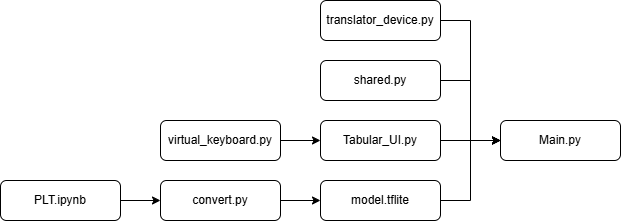
cpalencica/PortableLanguageTranslator keeps this draw.io diagram as sw/images/flow.png. Above is the earlier version. Source tidied: cells renumbered, new cells last; positions are measured from the earlier drawing's top-left corner, leaving out a move shared by most shapes. The source it was exported from:
```xml
<mxGraphModel>
  <root>
    <mxCell id="0" />
    <mxCell id="1" parent="0" />
    <mxCell id="2" style="edgeStyle=orthogonalEdgeStyle;rounded=0;jettySize=auto;html=1;entryX=0;entryY=0.5;entryDx=0;entryDy=0;" parent="1" edge="1" source="3" target="8">
      <mxGeometry relative="1" as="geometry" />
    </mxCell>
    <mxCell id="3" value="shared.py" style="rounded=1;whiteSpace=wrap;html=1;fontSize=12;glass=0;strokeWidth=1;shadow=0;" parent="1" vertex="1">
      <mxGeometry x="320" y="60" width="120" height="40" as="geometry" />
    </mxCell>
    <mxCell id="4" style="edgeStyle=orthogonalEdgeStyle;rounded=0;jettySize=auto;html=1;exitX=1;exitY=0.5;exitDx=0;exitDy=0;entryX=0;entryY=0.5;entryDx=0;entryDy=0;" parent="1" edge="1" source="5" target="8">
      <mxGeometry relative="1" as="geometry" />
    </mxCell>
    <mxCell id="5" value="model.tflite" style="rounded=1;whiteSpace=wrap;html=1;fontSize=12;glass=0;strokeWidth=1;shadow=0;" parent="1" vertex="1">
      <mxGeometry x="320" y="180" width="120" height="40" as="geometry" />
    </mxCell>
    <mxCell id="6" style="edgeStyle=orthogonalEdgeStyle;rounded=0;jettySize=auto;html=1;entryX=0;entryY=0.5;entryDx=0;entryDy=0;" parent="1" edge="1" source="7" target="10">
      <mxGeometry relative="1" as="geometry" />
    </mxCell>
    <mxCell id="7" value="PLT.ipynb" style="rounded=1;whiteSpace=wrap;html=1;fontSize=12;glass=0;strokeWidth=1;shadow=0;" parent="1" vertex="1">
      <mxGeometry y="180" width="120" height="40" as="geometry" />
    </mxCell>
    <mxCell id="8" value="Main.py" style="rounded=1;whiteSpace=wrap;html=1;fontSize=12;glass=0;strokeWidth=1;shadow=0;" parent="1" vertex="1">
      <mxGeometry x="500" y="120" width="120" height="40" as="geometry" />
    </mxCell>
    <mxCell id="9" style="edgeStyle=orthogonalEdgeStyle;rounded=0;jettySize=auto;html=1;exitX=1;exitY=0.5;exitDx=0;exitDy=0;entryX=0;entryY=0.5;entryDx=0;entryDy=0;" parent="1" edge="1" source="10" target="5">
      <mxGeometry relative="1" as="geometry" />
    </mxCell>
    <mxCell id="10" value="convert.py" style="rounded=1;whiteSpace=wrap;html=1;" parent="1" vertex="1">
      <mxGeometry x="160" y="180" width="120" height="40" as="geometry" />
    </mxCell>
    <mxCell id="11" style="edgeStyle=orthogonalEdgeStyle;rounded=0;jettySize=auto;html=1;exitX=1;exitY=0.5;exitDx=0;exitDy=0;entryX=0;entryY=0.5;entryDx=0;entryDy=0;" parent="1" edge="1" source="12" target="8">
      <mxGeometry relative="1" as="geometry" />
    </mxCell>
    <mxCell id="12" value="Tabular_UI.py" style="rounded=1;whiteSpace=wrap;html=1;" parent="1" vertex="1">
      <mxGeometry x="320" y="120" width="120" height="40" as="geometry" />
    </mxCell>
    <mxCell id="13" style="edgeStyle=orthogonalEdgeStyle;rounded=0;jettySize=auto;html=1;exitX=1;exitY=0.5;exitDx=0;exitDy=0;entryX=0;entryY=0.5;entryDx=0;entryDy=0;" parent="1" edge="1" source="14" target="8">
      <mxGeometry relative="1" as="geometry" />
    </mxCell>
    <mxCell id="14" value="translator_device.py" style="rounded=1;whiteSpace=wrap;html=1;" parent="1" vertex="1">
      <mxGeometry x="320" width="120" height="40" as="geometry" />
    </mxCell>
    <mxCell id="15" style="edgeStyle=orthogonalEdgeStyle;rounded=0;jettySize=auto;html=1;exitX=1;exitY=0.5;exitDx=0;exitDy=0;entryX=0;entryY=0.5;entryDx=0;entryDy=0;" parent="1" edge="1" source="16" target="12">
      <mxGeometry relative="1" as="geometry" />
    </mxCell>
    <mxCell id="16" value="virtual_keyboard.py" style="rounded=1;whiteSpace=wrap;html=1;" parent="1" vertex="1">
      <mxGeometry x="160" y="120" width="120" height="40" as="geometry" />
    </mxCell>
  </root>
</mxGraphModel>
```
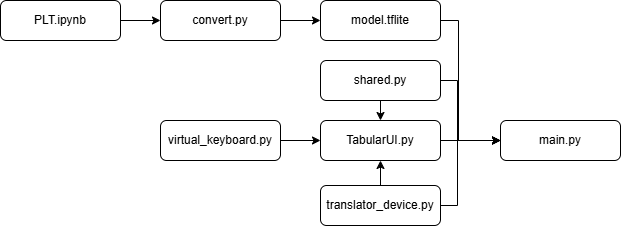
The same file after the commit.

Diff of the diagram source:
```diff
@@ -3,43 +3,64 @@
     <mxCell id="0" />
     <mxCell id="1" parent="0" />
     <mxCell id="2" style="edgeStyle=orthogonalEdgeStyle;rounded=0;jettySize=auto;html=1;entryX=0;entryY=0.5;entryDx=0;entryDy=0;" parent="1" edge="1" source="3" target="8">
-      <mxGeometry relative="1" as="geometry" />
+      <mxGeometry relative="1" as="geometry">
+        <Array as="points">
+          <mxPoint x="457" y="80" />
+          <mxPoint x="457" y="140" />
+        </Array>
+      </mxGeometry>
     </mxCell>
+    <mxCell id="17" style="edgeStyle=orthogonalEdgeStyle;rounded=0;jettySize=auto;html=1;exitX=0.5;exitY=1;exitDx=0;exitDy=0;entryX=0.5;entryY=0;entryDx=0;entryDy=0;" parent="1" edge="1" source="3" target="12">
+      <mxGeometry relative="1" as="geometry" />
+    </mxCell>
     <mxCell id="3" value="shared.py" style="rounded=1;whiteSpace=wrap;html=1;fontSize=12;glass=0;strokeWidth=1;shadow=0;" parent="1" vertex="1">
       <mxGeometry x="320" y="60" width="120" height="40" as="geometry" />
     </mxCell>
     <mxCell id="4" style="edgeStyle=orthogonalEdgeStyle;rounded=0;jettySize=auto;html=1;exitX=1;exitY=0.5;exitDx=0;exitDy=0;entryX=0;entryY=0.5;entryDx=0;entryDy=0;" parent="1" edge="1" source="5" target="8">
-      <mxGeometry relative="1" as="geometry" />
+      <mxGeometry relative="1" as="geometry">
+        <Array as="points">
+          <mxPoint x="458" y="20" />
+          <mxPoint x="458" y="140" />
+        </Array>
+      </mxGeometry>
     </mxCell>
     <mxCell id="5" value="model.tflite" style="rounded=1;whiteSpace=wrap;html=1;fontSize=12;glass=0;strokeWidth=1;shadow=0;" parent="1" vertex="1">
-      <mxGeometry x="320" y="180" width="120" height="40" as="geometry" />
+      <mxGeometry x="320" width="120" height="40" as="geometry" />
     </mxCell>
     <mxCell id="6" style="edgeStyle=orthogonalEdgeStyle;rounded=0;jettySize=auto;html=1;entryX=0;entryY=0.5;entryDx=0;entryDy=0;" parent="1" edge="1" source="7" target="10">
       <mxGeometry relative="1" as="geometry" />
     </mxCell>
     <mxCell id="7" value="PLT.ipynb" style="rounded=1;whiteSpace=wrap;html=1;fontSize=12;glass=0;strokeWidth=1;shadow=0;" parent="1" vertex="1">
-      <mxGeometry y="180" width="120" height="40" as="geometry" />
+      <mxGeometry width="120" height="40" as="geometry" />
     </mxCell>
-    <mxCell id="8" value="Main.py" style="rounded=1;whiteSpace=wrap;html=1;fontSize=12;glass=0;strokeWidth=1;shadow=0;" parent="1" vertex="1">
+    <mxCell id="8" value="main.py" style="rounded=1;whiteSpace=wrap;html=1;fontSize=12;glass=0;strokeWidth=1;shadow=0;" parent="1" vertex="1">
       <mxGeometry x="500" y="120" width="120" height="40" as="geometry" />
     </mxCell>
     <mxCell id="9" style="edgeStyle=orthogonalEdgeStyle;rounded=0;jettySize=auto;html=1;exitX=1;exitY=0.5;exitDx=0;exitDy=0;entryX=0;entryY=0.5;entryDx=0;entryDy=0;" parent="1" edge="1" source="10" target="5">
       <mxGeometry relative="1" as="geometry" />
     </mxCell>
     <mxCell id="10" value="convert.py" style="rounded=1;whiteSpace=wrap;html=1;" parent="1" vertex="1">
-      <mxGeometry x="160" y="180" width="120" height="40" as="geometry" />
+      <mxGeometry x="160" width="120" height="40" as="geometry" />
     </mxCell>
     <mxCell id="11" style="edgeStyle=orthogonalEdgeStyle;rounded=0;jettySize=auto;html=1;exitX=1;exitY=0.5;exitDx=0;exitDy=0;entryX=0;entryY=0.5;entryDx=0;entryDy=0;" parent="1" edge="1" source="12" target="8">
       <mxGeometry relative="1" as="geometry" />
     </mxCell>
-    <mxCell id="12" value="Tabular_UI.py" style="rounded=1;whiteSpace=wrap;html=1;" parent="1" vertex="1">
+    <mxCell id="12" value="TabularUI.py" style="rounded=1;whiteSpace=wrap;html=1;" parent="1" vertex="1">
       <mxGeometry x="320" y="120" width="120" height="40" as="geometry" />
     </mxCell>
     <mxCell id="13" style="edgeStyle=orthogonalEdgeStyle;rounded=0;jettySize=auto;html=1;exitX=1;exitY=0.5;exitDx=0;exitDy=0;entryX=0;entryY=0.5;entryDx=0;entryDy=0;" parent="1" edge="1" source="14" target="8">
-      <mxGeometry relative="1" as="geometry" />
+      <mxGeometry relative="1" as="geometry">
+        <Array as="points">
+          <mxPoint x="457" y="205" />
+          <mxPoint x="457" y="140" />
+        </Array>
+      </mxGeometry>
     </mxCell>
+    <mxCell id="18" style="edgeStyle=orthogonalEdgeStyle;rounded=0;jettySize=auto;html=1;exitX=0.5;exitY=0;exitDx=0;exitDy=0;entryX=0.5;entryY=1;entryDx=0;entryDy=0;" parent="1" edge="1" source="14" target="12">
+      <mxGeometry relative="1" as="geometry" />
+    </mxCell>
     <mxCell id="14" value="translator_device.py" style="rounded=1;whiteSpace=wrap;html=1;" parent="1" vertex="1">
-      <mxGeometry x="320" width="120" height="40" as="geometry" />
+      <mxGeometry x="320" y="185" width="120" height="40" as="geometry" />
     </mxCell>
     <mxCell id="15" style="edgeStyle=orthogonalEdgeStyle;rounded=0;jettySize=auto;html=1;exitX=1;exitY=0.5;exitDx=0;exitDy=0;entryX=0;entryY=0.5;entryDx=0;entryDy=0;" parent="1" edge="1" source="16" target="12">
       <mxGeometry relative="1" as="geometry" />
```
